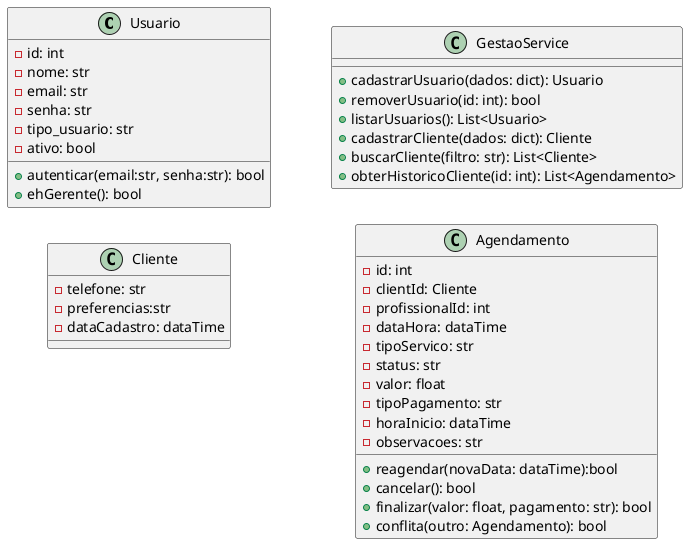
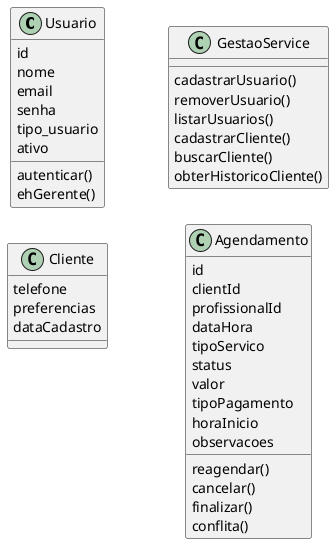
@startuml
left to right direction

class Usuario{
-     - id: int
-     - nome: str
-     - email: str
-     - senha: str
-     - tipo_usuario: str
-     - ativo: bool
-     + autenticar(email:str, senha:str): bool
-     + ehGerente(): bool
+     id
+     nome
+     email
+     senha
+     tipo_usuario
+     ativo
+     autenticar()
+     ehGerente()
}

class Cliente{
-     - telefone: str
-     - preferencias:str
-     - dataCadastro: dataTime
+     telefone
+     preferencias
+     dataCadastro
}

class GestaoService{
-     + cadastrarUsuario(dados: dict): Usuario
-     + removerUsuario(id: int): bool
-     + listarUsuarios(): List<Usuario>
-     + cadastrarCliente(dados: dict): Cliente
-     + buscarCliente(filtro: str): List<Cliente>
-     + obterHistoricoCliente(id: int): List<Agendamento>
+     cadastrarUsuario()
+     removerUsuario()
+     listarUsuarios()
+     cadastrarCliente()
+     buscarCliente()
+     obterHistoricoCliente()
}

class Agendamento{
-     - id: int
-     - clientId: Cliente
-     - profissionalId: int
-     - dataHora: dataTime
-     - tipoServico: str
-     - status: str
-     - valor: float
-     - tipoPagamento: str
-     - horaInicio: dataTime
-     - observacoes: str
-     + reagendar(novaData: dataTime):bool
-     + cancelar(): bool
-     + finalizar(valor: float, pagamento: str): bool
-     + conflita(outro: Agendamento): bool
+     id
+     clientId
+     profissionalId
+     dataHora
+     tipoServico
+     status
+     valor
+     tipoPagamento
+     horaInicio
+     observacoes
+     reagendar()
+     cancelar()
+     finalizar()
+     conflita()
}
@enduml